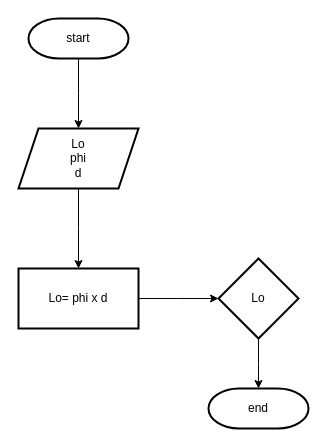
This is LuasLingkaran.drawio from Bym05/algo_b_23241064_, a draw.io file, before an edit. Source tidied: cells renumbered, new cells numbered last; positions are measured from the earlier drawing's top-left corner, leaving out a move shared by most shapes. Both pictures are drawn from the tidied source at 100%, with x=0, y=0 at pixel (18, 18).
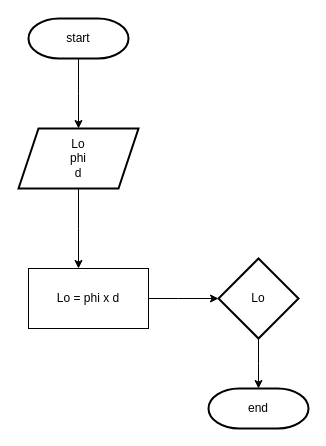
After the change.

Diff of the diagram source:
```diff
@@
 <mxGraphModel>
   <root>
     <mxCell id="0" />
     <mxCell id="1" parent="0" />
     <mxCell id="2" style="edgeStyle=elbowEdgeStyle;rounded=0;jettySize=auto;elbow=vertical;html=1;" parent="1" edge="1" source="3" target="5">
       <mxGeometry relative="1" as="geometry" />
     </mxCell>
     <mxCell id="3" value="start" style="strokeWidth=2;html=1;shape=mxgraph.flowchart.terminator;whiteSpace=wrap;" parent="1" vertex="1">
       <mxGeometry x="10" width="100" height="40" as="geometry" />
     </mxCell>
-    <mxCell id="4" style="edgeStyle=elbowEdgeStyle;rounded=0;jettySize=auto;elbow=vertical;html=1;" parent="1" edge="1" source="5" target="10">
-      <mxGeometry relative="1" as="geometry" />
+    <mxCell id="4" style="edgeStyle=elbowEdgeStyle;rounded=0;jettySize=auto;elbow=vertical;html=1;" parent="1" edge="1" source="5">
+      <mxGeometry relative="1" as="geometry">
+        <mxPoint x="60" y="250" as="targetPoint" />
+      </mxGeometry>
     </mxCell>
     <mxCell id="5" value="&lt;div&gt;Lo&lt;/div&gt;&lt;div&gt;phi&lt;/div&gt;&lt;div&gt;d&lt;br&gt;&lt;/div&gt;" style="shape=parallelogram;perimeter=parallelogramPerimeter;whiteSpace=wrap;html=1;fixedSize=1;strokeWidth=2;" parent="1" vertex="1">
       <mxGeometry y="110" width="120" height="60" as="geometry" />
     </mxCell>
     <mxCell id="6" style="edgeStyle=elbowEdgeStyle;rounded=0;jettySize=auto;elbow=vertical;html=1;" parent="1" edge="1" source="7" target="8">
       <mxGeometry relative="1" as="geometry" />
     </mxCell>
     <mxCell id="7" value="Lo" style="rhombus;whiteSpace=wrap;html=1;strokeWidth=2;" parent="1" vertex="1">
       <mxGeometry x="200" y="240" width="80" height="80" as="geometry" />
     </mxCell>
     <mxCell id="8" value="end" style="strokeWidth=2;html=1;shape=mxgraph.flowchart.terminator;whiteSpace=wrap;" parent="1" vertex="1">
       <mxGeometry x="190" y="370" width="100" height="40" as="geometry" />
     </mxCell>
-    <mxCell id="9" style="edgeStyle=elbowEdgeStyle;rounded=0;jettySize=auto;elbow=vertical;html=1;" parent="1" edge="1" source="10" target="7">
-      <mxGeometry relative="1" as="geometry" />
+    <mxCell id="9" style="edgeStyle=elbowEdgeStyle;rounded=0;jettySize=auto;elbow=vertical;html=1;" parent="1" edge="1" target="7">
+      <mxGeometry relative="1" as="geometry">
+        <mxPoint x="120" y="280" as="sourcePoint" />
+      </mxGeometry>
     </mxCell>
-    <mxCell id="10" value="&lt;div&gt;Lo= phi x d&lt;/div&gt;" style="whiteSpace=wrap;html=1;strokeWidth=2;" parent="1" vertex="1">
-      <mxGeometry y="250" width="120" height="60" as="geometry" />
-    </mxCell>
+    <mxCell id="11" value="Lo = phi x d" style="rounded=0;whiteSpace=wrap;html=1;" parent="1" vertex="1">
+      <mxGeometry x="10" y="250" width="120" height="60" as="geometry" />
+    </mxCell>
   </root>
 </mxGraphModel>
```
